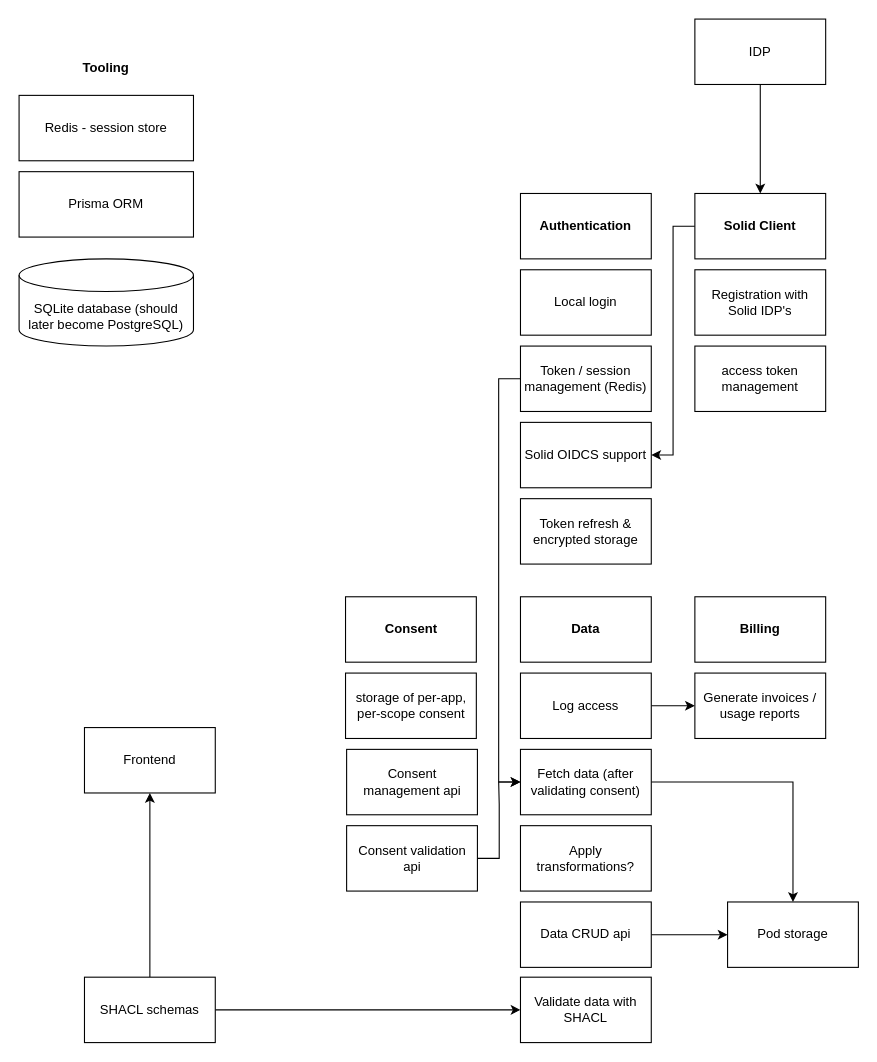
lennartdeknikker/diagrams keeps this draw.io diagram as draw-io/Untitled Diagram.drawio. Above is the earlier version. Source tidied: cells renumbered, new cells numbered last; positions are measured from the earlier drawing's top-left corner, leaving out a move shared by most shapes. Both pictures are drawn from the tidied source at 109%, with x=0, y=0 at pixel (19, 19).
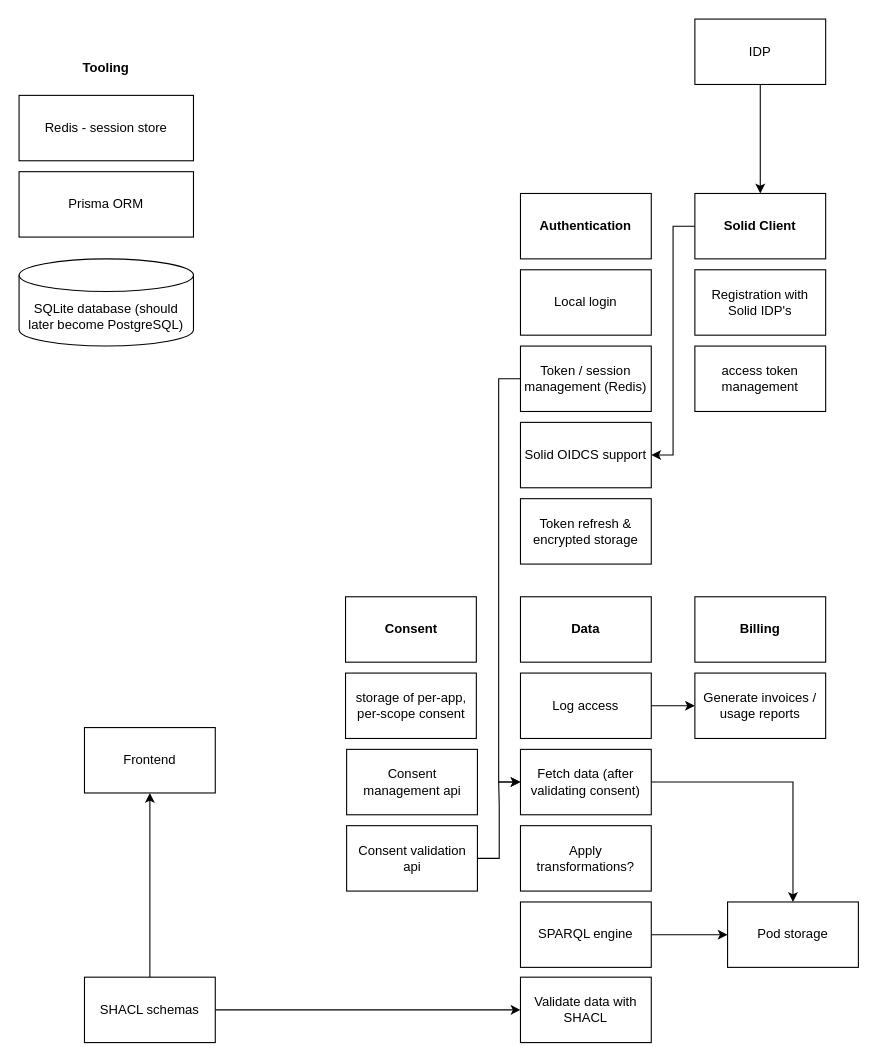
The same page after the edit.

Change to the diagram source:
```diff
@@
-    <mxCell id="33" value="Data CRUD api" style="rounded=0;whiteSpace=wrap;html=1;" parent="1" vertex="1">
+    <mxCell id="33" value="SPARQL engine" style="rounded=0;whiteSpace=wrap;html=1;" parent="1" vertex="1">
       <mxGeometry x="460" y="810" width="120" height="60" as="geometry" />
     </mxCell>
```
